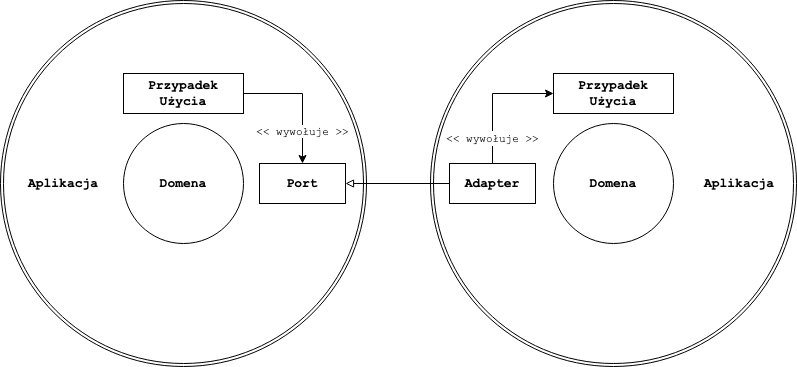
The draw.io diagram diagrams/9_2_modularity.drawio.png in Enforcer/implementing-the-clean-architecture, before a commit. Source tidied: cells renumbered, new cells last; positions are measured from the earlier drawing's top-left corner, leaving out a move shared by most shapes. Source of this version:
```xml
<mxGraphModel>
  <root>
    <mxCell id="0" />
    <mxCell id="1" parent="0" />
    <mxCell id="2" style="ellipse;whiteSpace=wrap;html=1;perimeterSpacing=1;" parent="1" vertex="1">
      <mxGeometry width="366" height="366" as="geometry" />
    </mxCell>
    <mxCell id="3" style="ellipse;whiteSpace=wrap;html=1;perimeterSpacing=1;" parent="1" vertex="1">
      <mxGeometry x="430" width="366" height="366" as="geometry" />
    </mxCell>
    <mxCell id="4" style="ellipse;whiteSpace=wrap;html=1;" parent="1" vertex="1">
      <mxGeometry x="3" y="3" width="360" height="360" as="geometry" />
    </mxCell>
    <mxCell id="5" style="ellipse;whiteSpace=wrap;html=1;perimeterSpacing=1;" parent="1" vertex="1">
      <mxGeometry x="433" y="3" width="360" height="360" as="geometry" />
    </mxCell>
    <mxCell id="6" style="ellipse;whiteSpace=wrap;html=1;" parent="1" vertex="1">
      <mxGeometry x="123" y="123" width="120" height="120" as="geometry" />
    </mxCell>
    <mxCell id="7" style="ellipse;whiteSpace=wrap;html=1;" parent="1" vertex="1">
      <mxGeometry x="553" y="123" width="120" height="120" as="geometry" />
    </mxCell>
    <mxCell id="8" style="edgeStyle=orthogonalEdgeStyle;rounded=0;jettySize=auto;html=1;exitX=1;exitY=0.5;exitDx=0;exitDy=0;fontFamily=Courier New;fontSize=11;endArrow=classic;endFill=1;" parent="1" edge="1" source="10" target="16">
      <mxGeometry relative="1" as="geometry" />
    </mxCell>
    <mxCell id="9" value="&amp;lt;&amp;lt; wywołuje &amp;gt;&amp;gt;" style="edgeLabel;html=1;align=center;verticalAlign=middle;fontSize=11;fontFamily=Courier New;" parent="8" vertex="1">
      <mxGeometry x="0.5" y="-1" relative="1" as="geometry">
        <mxPoint x="1" as="offset" />
      </mxGeometry>
    </mxCell>
    <mxCell id="10" value="&lt;font style=&quot;font-size: 13px&quot; face=&quot;Courier New&quot;&gt;&lt;b&gt;Przypadek Użycia&lt;br&gt;&lt;/b&gt;&lt;/font&gt;" style="rounded=0;whiteSpace=wrap;html=1;fontStyle=0;" parent="1" vertex="1">
      <mxGeometry x="123" y="73" width="120" height="40" as="geometry" />
    </mxCell>
    <mxCell id="11" value="&lt;font style=&quot;font-size: 13px&quot; face=&quot;Courier New&quot;&gt;&lt;b&gt;Przypadek Użycia&lt;br&gt;&lt;/b&gt;&lt;/font&gt;" style="rounded=0;whiteSpace=wrap;html=1;fontStyle=0;" parent="1" vertex="1">
      <mxGeometry x="553" y="73" width="120" height="40" as="geometry" />
    </mxCell>
    <mxCell id="12" value="&lt;font style=&quot;font-size: 13px&quot; face=&quot;Courier New&quot;&gt;&lt;b&gt;Aplikacja&lt;/b&gt;&lt;/font&gt;" style="text;html=1;strokeColor=none;fillColor=none;align=center;verticalAlign=middle;whiteSpace=wrap;rounded=0;" parent="1" vertex="1">
      <mxGeometry x="43" y="173" width="40" height="20" as="geometry" />
    </mxCell>
    <mxCell id="13" value="Aplikacja" style="text;html=1;strokeColor=none;fillColor=none;align=center;verticalAlign=middle;whiteSpace=wrap;rounded=0;fontSize=13;fontFamily=Courier New;fontStyle=1;" parent="1" vertex="1">
      <mxGeometry x="719" y="173" width="40" height="20" as="geometry" />
    </mxCell>
    <mxCell id="14" value="Domena" style="text;html=1;strokeColor=none;fillColor=none;align=center;verticalAlign=middle;whiteSpace=wrap;rounded=0;fontSize=13;fontFamily=Courier New;fontStyle=1;" parent="1" vertex="1">
      <mxGeometry x="593" y="173" width="40" height="20" as="geometry" />
    </mxCell>
    <mxCell id="15" value="&lt;font style=&quot;font-size: 13px&quot; face=&quot;Courier New&quot;&gt;&lt;b&gt;Domena&lt;/b&gt;&lt;/font&gt;" style="text;html=1;strokeColor=none;fillColor=none;align=center;verticalAlign=middle;whiteSpace=wrap;rounded=0;" parent="1" vertex="1">
      <mxGeometry x="163" y="173" width="40" height="20" as="geometry" />
    </mxCell>
    <mxCell id="16" value="&lt;font style=&quot;font-size: 13px&quot; face=&quot;Courier New&quot;&gt;&lt;b&gt;Port&lt;/b&gt;&lt;/font&gt;" style="rounded=0;whiteSpace=wrap;html=1;fontStyle=0;" parent="1" vertex="1">
      <mxGeometry x="259" y="163" width="86" height="40" as="geometry" />
    </mxCell>
    <mxCell id="17" style="edgeStyle=orthogonalEdgeStyle;rounded=0;jettySize=auto;html=1;exitX=0.5;exitY=0;exitDx=0;exitDy=0;entryX=0;entryY=0.5;entryDx=0;entryDy=0;fontFamily=Courier New;fontSize=13;" parent="1" edge="1" source="20" target="11">
      <mxGeometry relative="1" as="geometry" />
    </mxCell>
    <mxCell id="18" value="&lt;font style=&quot;font-size: 11px&quot;&gt;&amp;lt;&amp;lt; wywołuje &amp;gt;&amp;gt;&lt;br&gt;&lt;/font&gt;" style="edgeLabel;html=1;align=center;verticalAlign=middle;fontSize=13;fontFamily=Courier New;" parent="17" vertex="1">
      <mxGeometry x="-0.47" y="-1" relative="1" as="geometry">
        <mxPoint x="-1" y="10" as="offset" />
      </mxGeometry>
    </mxCell>
    <mxCell id="19" style="edgeStyle=orthogonalEdgeStyle;rounded=0;jettySize=auto;html=1;exitX=0;exitY=0.5;exitDx=0;exitDy=0;fontFamily=Courier New;fontSize=11;endArrow=block;endFill=0;" parent="1" edge="1" source="20" target="16">
      <mxGeometry relative="1" as="geometry" />
    </mxCell>
    <mxCell id="20" value="&lt;font style=&quot;font-size: 13px&quot; face=&quot;Courier New&quot;&gt;&lt;b&gt;Adapter&lt;/b&gt;&lt;/font&gt;" style="rounded=0;whiteSpace=wrap;html=1;fontStyle=0;" parent="1" vertex="1">
      <mxGeometry x="449" y="163" width="86" height="40" as="geometry" />
    </mxCell>
  </root>
</mxGraphModel>
```
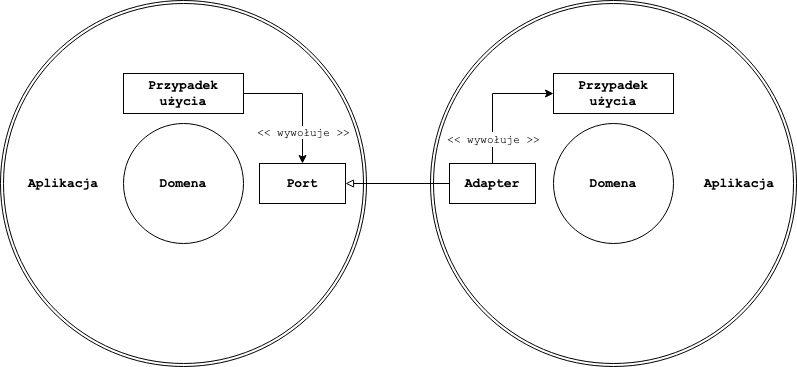
After the change.

Diff of the diagram source:
```diff
@@ -28,10 +28,10 @@
         <mxPoint x="1" as="offset" />
       </mxGeometry>
     </mxCell>
-    <mxCell id="10" value="&lt;font style=&quot;font-size: 13px&quot; face=&quot;Courier New&quot;&gt;&lt;b&gt;Przypadek Użycia&lt;br&gt;&lt;/b&gt;&lt;/font&gt;" style="rounded=0;whiteSpace=wrap;html=1;fontStyle=0;" parent="1" vertex="1">
+    <mxCell id="10" value="&lt;font style=&quot;font-size: 13px&quot; face=&quot;Courier New&quot;&gt;&lt;b&gt;Przypadek użycia&lt;br&gt;&lt;/b&gt;&lt;/font&gt;" style="rounded=0;whiteSpace=wrap;html=1;fontStyle=0;" parent="1" vertex="1">
       <mxGeometry x="123" y="73" width="120" height="40" as="geometry" />
     </mxCell>
-    <mxCell id="11" value="&lt;font style=&quot;font-size: 13px&quot; face=&quot;Courier New&quot;&gt;&lt;b&gt;Przypadek Użycia&lt;br&gt;&lt;/b&gt;&lt;/font&gt;" style="rounded=0;whiteSpace=wrap;html=1;fontStyle=0;" parent="1" vertex="1">
+    <mxCell id="11" value="&lt;font style=&quot;font-size: 13px&quot; face=&quot;Courier New&quot;&gt;&lt;b&gt;Przypadek użycia&lt;br&gt;&lt;/b&gt;&lt;/font&gt;" style="rounded=0;whiteSpace=wrap;html=1;fontStyle=0;" parent="1" vertex="1">
       <mxGeometry x="553" y="73" width="120" height="40" as="geometry" />
     </mxCell>
     <mxCell id="12" value="&lt;font style=&quot;font-size: 13px&quot; face=&quot;Courier New&quot;&gt;&lt;b&gt;Aplikacja&lt;/b&gt;&lt;/font&gt;" style="text;html=1;strokeColor=none;fillColor=none;align=center;verticalAlign=middle;whiteSpace=wrap;rounded=0;" parent="1" vertex="1">
```
